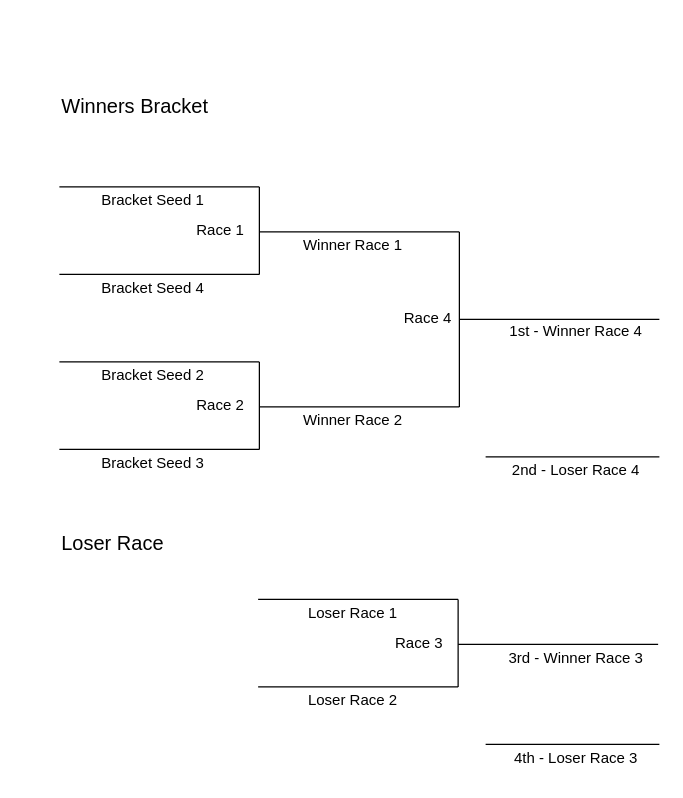
Above: static/extra/4-team-se-bracket.drawio in bhall2001/flyballmanager-www (draw.io), before the change. Source tidied: cells renumbered, new cells numbered last; positions are measured from the earlier drawing's top-left corner, leaving out a move shared by most shapes. Both pictures are drawn from the tidied source at 125%, with x=0, y=0 at pixel (59, 86).
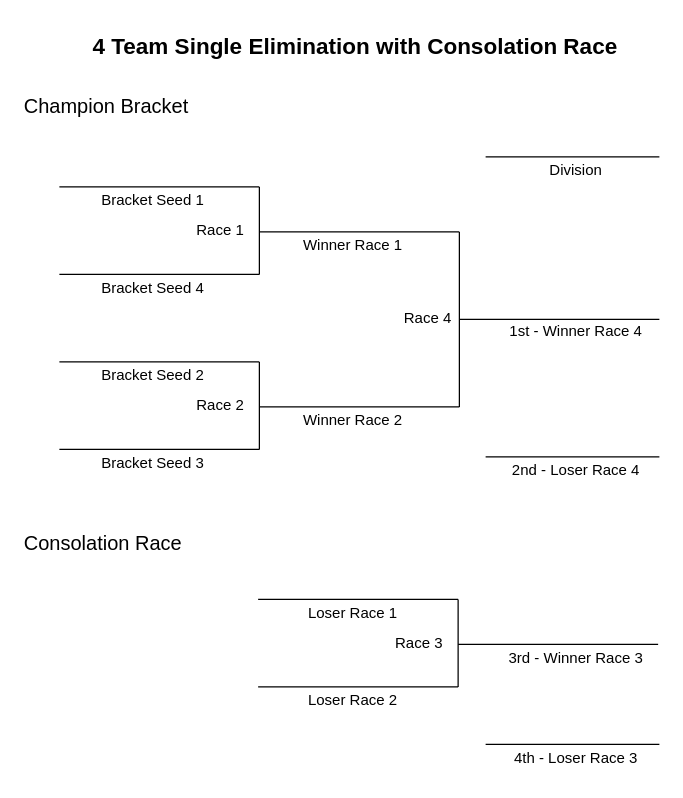
Above is the later version.

What changed in the source:
```diff
@@
-    <mxCell id="2" value="&lt;font style=&quot;font-size: 16px;&quot;&gt;Winners Bracket&lt;/font&gt;" style="text;html=1;align=left;verticalAlign=middle;whiteSpace=wrap;rounded=0;" parent="1" vertex="1">
-      <mxGeometry width="120" height="30" as="geometry" />
+    <mxCell id="2" value="&lt;font style=&quot;font-size: 16px;&quot;&gt;Champion Bracket&lt;/font&gt;" style="text;html=1;align=left;verticalAlign=middle;whiteSpace=wrap;rounded=0;" parent="1" vertex="1">
+      <mxGeometry x="-30" width="141" height="30" as="geometry" />
     </mxCell>
@@
-    <mxCell id="21" value="&lt;font style=&quot;font-size: 16px;&quot;&gt;Loser Race&lt;/font&gt;" style="text;html=1;align=left;verticalAlign=middle;whiteSpace=wrap;rounded=0;" parent="1" vertex="1">
-      <mxGeometry y="350" width="151" height="30" as="geometry" />
+    <mxCell id="21" value="&lt;font style=&quot;font-size: 16px;&quot;&gt;Consolation Race&lt;/font&gt;" style="text;html=1;align=left;verticalAlign=middle;whiteSpace=wrap;rounded=0;" parent="1" vertex="1">
+      <mxGeometry x="-30" y="350" width="151" height="30" as="geometry" />
     </mxCell>
@@
+    <mxCell id="39" style="endArrow=none;html=1;rounded=0;" parent="1" edge="1">
+      <mxGeometry relative="1" as="geometry">
+        <mxPoint x="341" y="56" as="sourcePoint" />
+        <mxPoint x="480" y="56" as="targetPoint" />
+      </mxGeometry>
+    </mxCell>
+    <mxCell id="40" value="Division" style="text;html=1;align=center;verticalAlign=middle;whiteSpace=wrap;rounded=0;" parent="1" vertex="1">
+      <mxGeometry x="361" y="52" width="105" height="30" as="geometry" />
+    </mxCell>
+    <mxCell id="41" value="4 Team Single Elimination with Consolation Race" style="text;html=1;align=left;verticalAlign=middle;strokeColor=none;fillColor=none;fontStyle=1;fontSize=18;" parent="1" vertex="1">
+      <mxGeometry x="25" y="-52" width="410" height="40" as="geometry" />
+    </mxCell>
```
